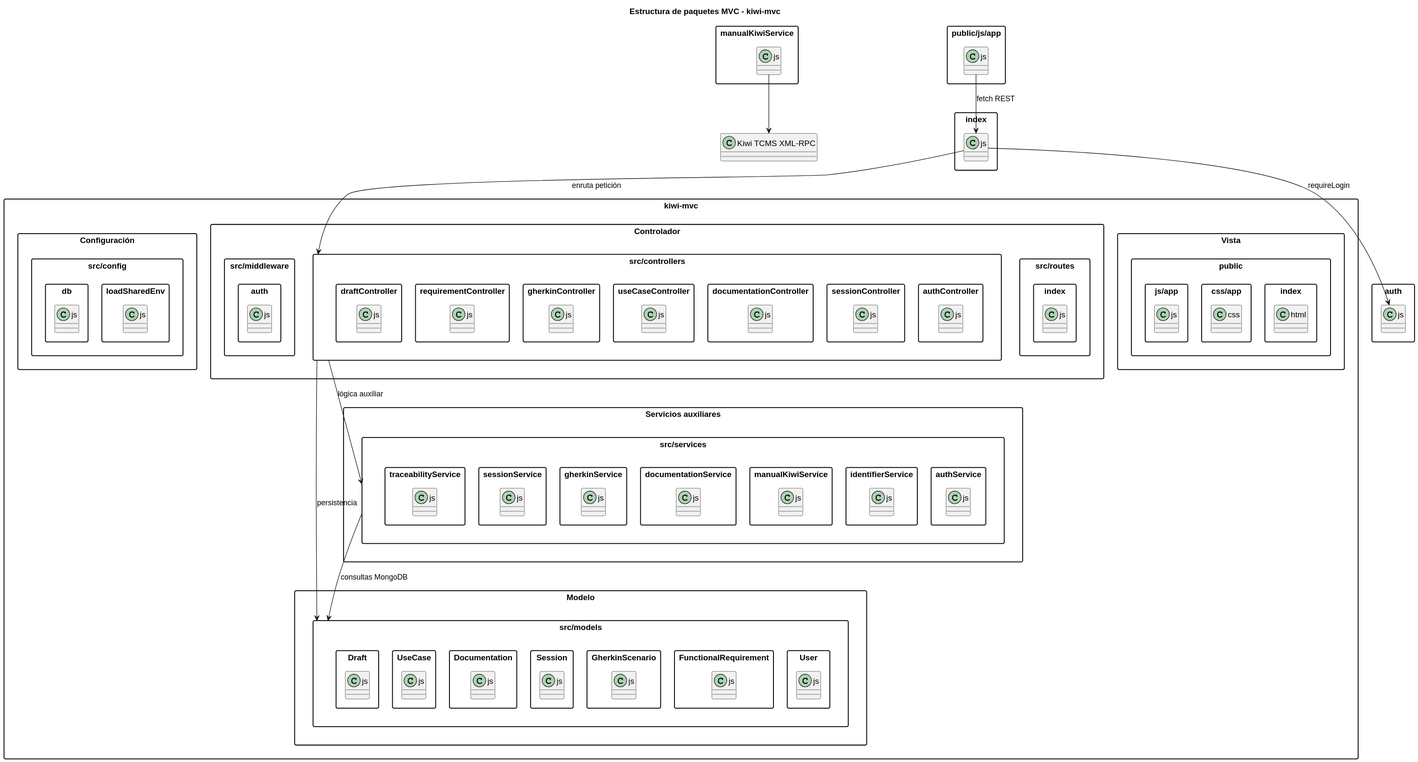
Before: Estudiantes/david-garcia-costa/Capitulo_3/EstructuraPaquetesMVC/EstructuraPaquetesMVC.svg, a diagram exported from PlantUML (DavidGarciaCosta/GII-TFG-2026).
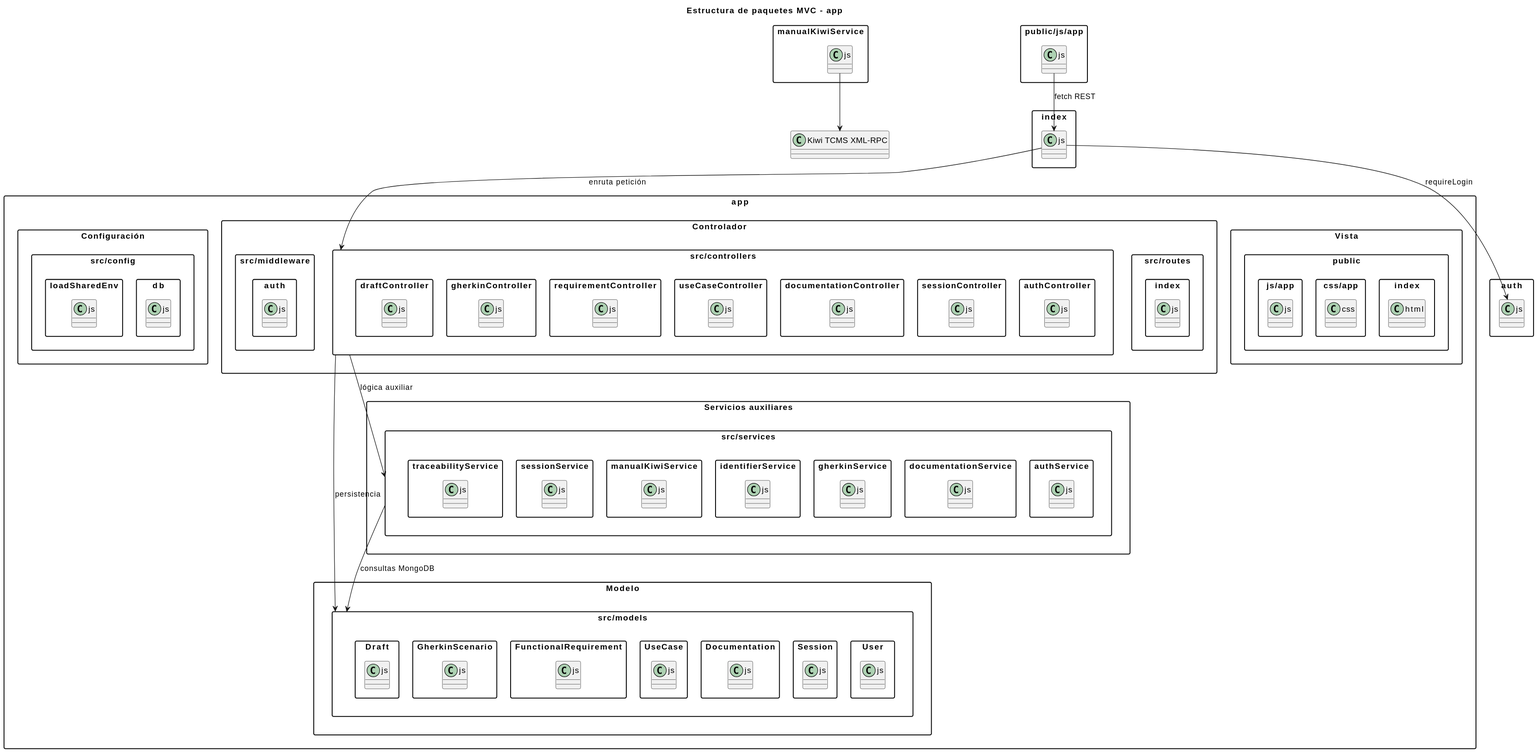
After the commit.

Diff of the diagram source:
```diff
@@ -2,9 +2,9 @@
 skinparam packageStyle rectangle
 skinparam shadowing false
 
-title Estructura de paquetes MVC - kiwi-mvc
+title Estructura de paquetes MVC - app
 
-package "kiwi-mvc" {
+package "app" {
 
   package "Vista" {
     package "public" {
```
